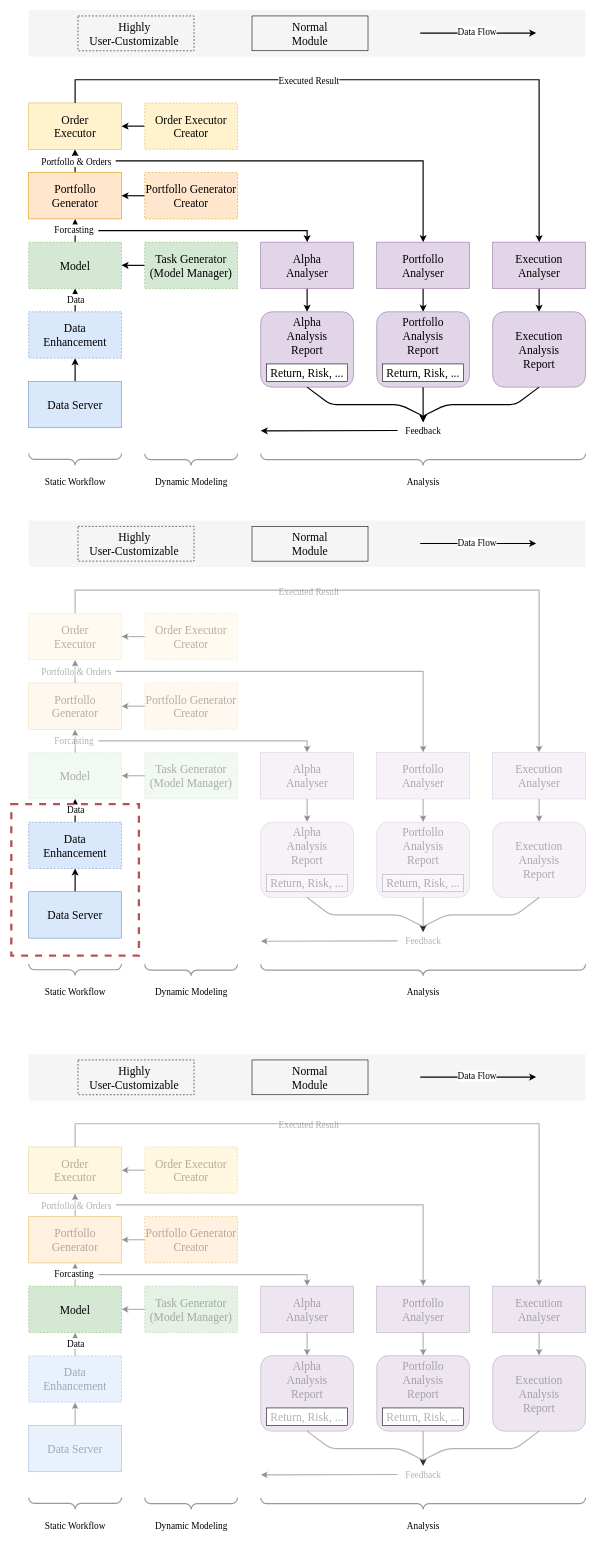
Earlier version of the draw.io diagram draw/Qlib流程.drawio (zhiyuan5986/draw_io). Source tidied: cells renumbered, new cells numbered last; positions are measured from the earlier drawing's top-left corner, leaving out a move shared by most shapes. Both pictures are drawn from the tidied source at 58%, with x=0, y=0 at pixel (11, 10).
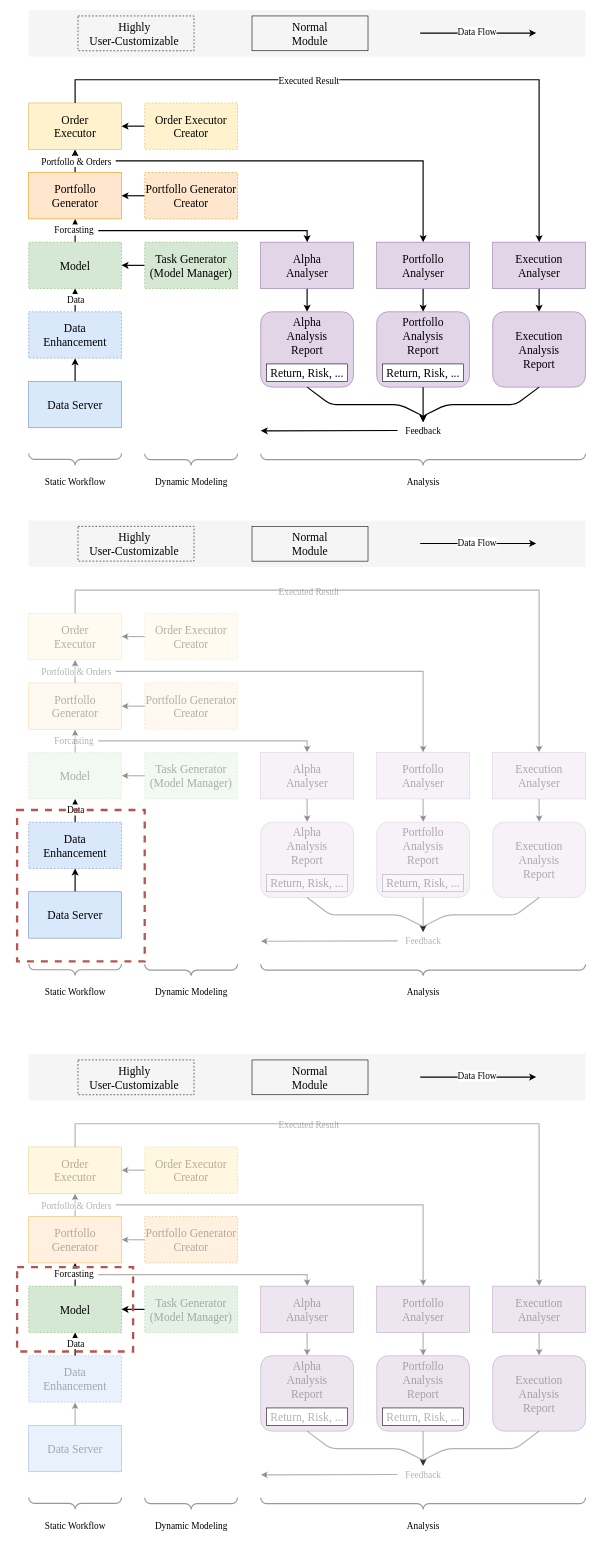
After the change.

Unchanged cells that the change refers to:
```xml
<mxCell id="105" value="&lt;font face=&quot;Times New Roman&quot;&gt;&lt;span style=&quot;font-size: 20px;&quot;&gt;Data&lt;/span&gt;&lt;/font&gt;&lt;div&gt;&lt;span style=&quot;font-size: 20px; font-family: &amp;quot;Times New Roman&amp;quot;; background-color: initial;&quot;&gt;Enhancement&lt;/span&gt;&lt;/div&gt;" style="rounded=0;whiteSpace=wrap;html=1;fillColor=#dae8fc;strokeColor=#6c8ebf;dashed=1;textOpacity=30;opacity=60;" parent="1" vertex="1">
  <mxGeometry x="30" y="2320" width="160" height="80" as="geometry" />
</mxCell>
<mxCell id="107" value="&lt;font face=&quot;Times New Roman&quot; style=&quot;font-size: 20px;&quot;&gt;Task Generator&lt;/font&gt;&lt;div&gt;&lt;font face=&quot;Times New Roman&quot; style=&quot;font-size: 20px;&quot;&gt;(Model Manager)&lt;/font&gt;&lt;/div&gt;" style="rounded=0;whiteSpace=wrap;html=1;fillColor=#d5e8d4;strokeColor=#82b366;dashed=1;textOpacity=30;opacity=60;" parent="1" vertex="1">
  <mxGeometry x="230" y="2200" width="160" height="80" as="geometry" />
</mxCell>
<mxCell id="110" value="&lt;font style=&quot;font-size: 20px;&quot; face=&quot;Times New Roman&quot;&gt;Model&lt;/font&gt;" style="rounded=0;whiteSpace=wrap;html=1;fillColor=#d5e8d4;strokeColor=#82b366;dashed=1;" parent="1" vertex="1">
  <mxGeometry x="30" y="2200" width="160" height="80" as="geometry" />
</mxCell>
<mxCell id="113" value="&lt;font style=&quot;font-size: 20px;&quot; face=&quot;Times New Roman&quot;&gt;Portfollo&lt;/font&gt;&lt;div&gt;&lt;font style=&quot;font-size: 20px;&quot; face=&quot;Times New Roman&quot;&gt;Generator&lt;/font&gt;&lt;/div&gt;" style="rounded=0;whiteSpace=wrap;html=1;fillColor=#ffe6cc;strokeColor=#d79b00;textOpacity=30;opacity=60;" parent="1" vertex="1">
  <mxGeometry x="30" y="2080" width="160" height="80" as="geometry" />
</mxCell>
```

What changed in the source:
```diff
@@
-    <mxCell id="100" style="rounded=0;whiteSpace=wrap;html=1;fillColor=none;strokeColor=#b85450;dashed=1;strokeWidth=4;" parent="1" vertex="1">
-      <mxGeometry y="1369" width="220" height="261" as="geometry" />
-    </mxCell>
@@
-    <mxCell id="103" style="edgeStyle=orthogonalEdgeStyle;rounded=0;jettySize=auto;html=1;strokeWidth=2;opacity=30;" parent="1" edge="1" source="105" target="110">
+    <mxCell id="103" style="edgeStyle=orthogonalEdgeStyle;rounded=0;jettySize=auto;html=1;strokeWidth=2;" parent="1" edge="1" source="105" target="110">
       <mxGeometry relative="1" as="geometry" />
     </mxCell>
@@
-    <mxCell id="106" style="edgeStyle=orthogonalEdgeStyle;rounded=0;jettySize=auto;html=1;opacity=30;strokeWidth=2;" parent="1" edge="1" source="107" target="110">
+    <mxCell id="106" style="edgeStyle=orthogonalEdgeStyle;rounded=0;jettySize=auto;html=1;strokeWidth=2;" parent="1" edge="1" source="107" target="110">
       <mxGeometry relative="1" as="geometry" />
     </mxCell>
@@
-    <mxCell id="108" style="edgeStyle=orthogonalEdgeStyle;rounded=0;jettySize=auto;html=1;strokeWidth=2;opacity=30;" parent="1" edge="1" source="110" target="113">
+    <mxCell id="108" style="edgeStyle=orthogonalEdgeStyle;rounded=0;jettySize=auto;html=1;strokeWidth=2;" parent="1" edge="1" source="110" target="113">
       <mxGeometry relative="1" as="geometry" />
     </mxCell>
@@
+    <mxCell id="150" style="rounded=0;whiteSpace=wrap;html=1;fillColor=none;strokeColor=#b85450;dashed=1;strokeWidth=4;" parent="1" vertex="1">
+      <mxGeometry x="10" y="1379" width="220" height="261" as="geometry" />
+    </mxCell>
+    <mxCell id="100" style="rounded=0;whiteSpace=wrap;html=1;fillColor=none;strokeColor=#b85450;dashed=1;strokeWidth=4;" parent="1" vertex="1">
+      <mxGeometry x="10" y="2167.2" width="200" height="145.5" as="geometry" />
+    </mxCell>
```
